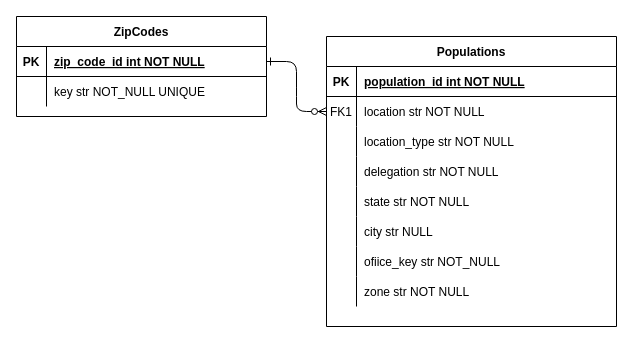
Above: zip-codes/schema-db.drawio in Rola342/CodigoPostal (draw.io), before the change. Source tidied: cells renumbered, new cells numbered last; positions are measured from the earlier drawing's top-left corner, leaving out a move shared by most shapes. Both pictures are drawn from the tidied source at 100%, with x=0, y=0 at pixel (16, 16).
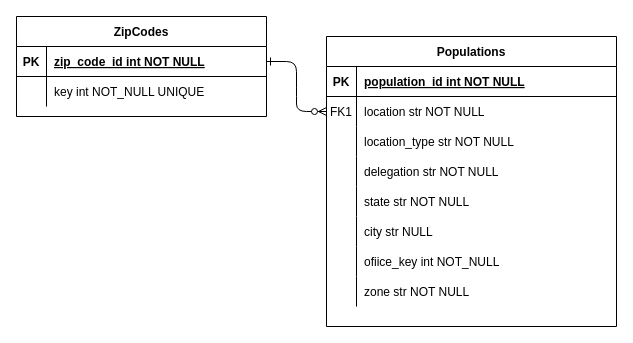
The same page after the edit.

Unchanged cells that the change refers to:
```xml
<mxCell id="22" style="shape=partialRectangle;fillColor=none;top=0;left=0;right=0;bottom=0;" parent="3" vertex="1">
  <mxGeometry y="210" width="290" height="30" as="geometry" />
</mxCell>
<mxCell id="32" style="shape=partialRectangle;fillColor=none;top=0;left=0;right=0;bottom=0;" parent="28" vertex="1">
  <mxGeometry y="60" width="250" height="30" as="geometry" />
</mxCell>
```

Diff of the diagram source:
```diff
@@
-    <mxCell id="24" value="ofiice_key str NOT_NULL" style="shape=partialRectangle;overflow=hidden;fillColor=none;top=0;left=0;bottom=0;right=0;align=left;spacingLeft=6;" parent="22" vertex="1">
+    <mxCell id="24" value="ofiice_key int NOT_NULL" style="shape=partialRectangle;overflow=hidden;fillColor=none;top=0;left=0;bottom=0;right=0;align=left;spacingLeft=6;" parent="22" vertex="1">
       <mxGeometry x="30" width="260" height="30" as="geometry" />
     </mxCell>
@@
-    <mxCell id="34" value="key str NOT_NULL UNIQUE" style="shape=partialRectangle;overflow=hidden;fillColor=none;top=0;left=0;bottom=0;right=0;align=left;spacingLeft=6;" parent="32" vertex="1">
+    <mxCell id="34" value="key int NOT_NULL UNIQUE" style="shape=partialRectangle;overflow=hidden;fillColor=none;top=0;left=0;bottom=0;right=0;align=left;spacingLeft=6;" parent="32" vertex="1">
       <mxGeometry x="30" width="220" height="30" as="geometry" />
     </mxCell>
```
